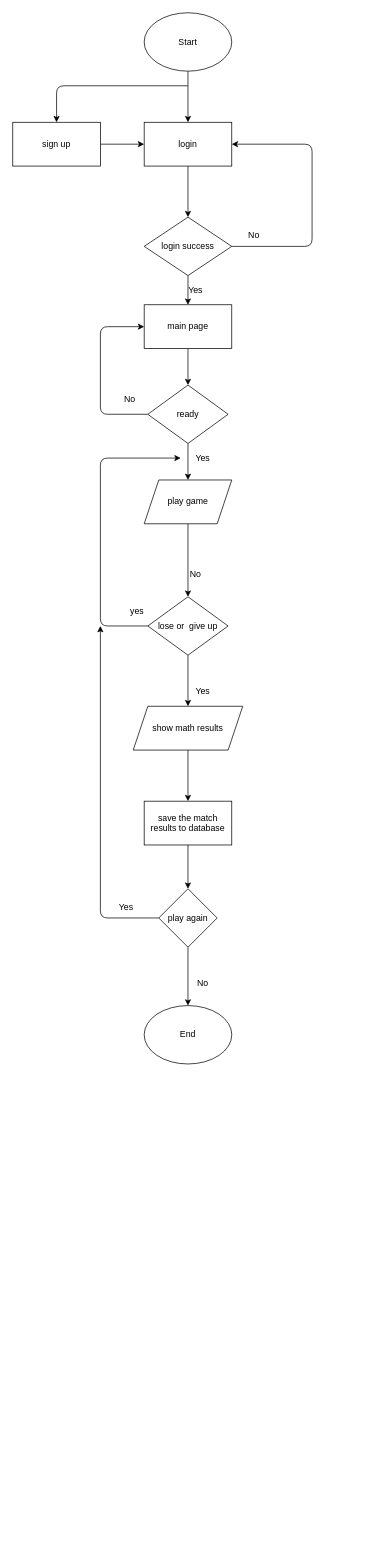
Earlier version of the draw.io diagram Diagrams/Flowchart.drawio (paowick/ChessButEbay). Source tidied: cells renumbered, new cells numbered last; positions are measured from the earlier drawing's top-left corner, leaving out a move shared by most shapes. Both pictures are drawn from the tidied source at 73%, with x=0, y=0 at pixel (12, 12).
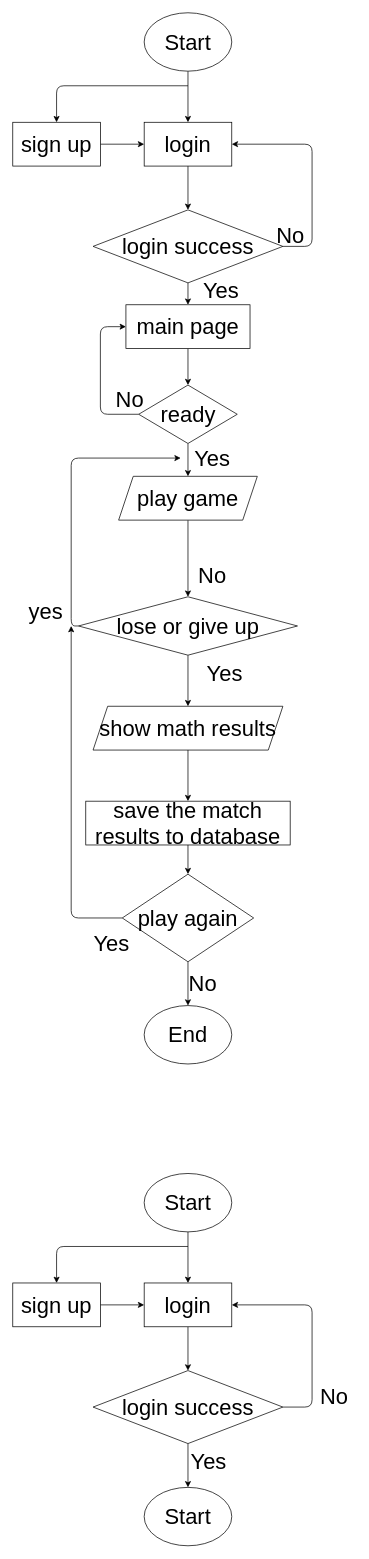
The same diagram, later.

What changed in the source:
```diff
@@
-    <mxCell id="2" style="edgeStyle=none;html=1;" parent="1" edge="1" source="4" target="6">
+    <mxCell id="2" style="edgeStyle=none;html=1;fontSize=30;" parent="1" edge="1" source="4" target="6">
       <mxGeometry relative="1" as="geometry" />
     </mxCell>
-    <mxCell id="3" style="edgeStyle=none;html=1;endArrow=classic;endFill=1;" parent="1" edge="1" target="32">
+    <mxCell id="3" style="edgeStyle=none;html=1;endArrow=classic;endFill=1;fontSize=30;" parent="1" edge="1" target="32">
       <mxGeometry relative="1" as="geometry">
         <mxPoint x="240" y="100" as="sourcePoint" />
         <Array as="points">
           <mxPoint x="60" y="100" />
         </Array>
       </mxGeometry>
     </mxCell>
-    <mxCell id="4" value="Start" style="ellipse;whiteSpace=wrap;html=1;" parent="1" vertex="1">
+    <mxCell id="4" value="Start" style="ellipse;whiteSpace=wrap;html=1;fontSize=30;" parent="1" vertex="1">
       <mxGeometry x="180" width="120" height="80" as="geometry" />
     </mxCell>
-    <mxCell id="5" style="edgeStyle=none;html=1;" parent="1" edge="1" source="6" target="9">
+    <mxCell id="5" style="edgeStyle=none;html=1;fontSize=30;" parent="1" edge="1" source="6" target="9">
       <mxGeometry relative="1" as="geometry" />
     </mxCell>
-    <mxCell id="6" value="login" style="rounded=0;whiteSpace=wrap;html=1;" parent="1" vertex="1">
+    <mxCell id="6" value="login" style="rounded=0;whiteSpace=wrap;html=1;fontSize=30;" parent="1" vertex="1">
       <mxGeometry x="180" y="150" width="120" height="60" as="geometry" />
     </mxCell>
-    <mxCell id="7" style="edgeStyle=none;html=1;" parent="1" edge="1" source="9" target="11">
+    <mxCell id="7" style="edgeStyle=none;html=1;fontSize=30;" parent="1" edge="1" source="9" target="11">
       <mxGeometry relative="1" as="geometry" />
     </mxCell>
-    <mxCell id="8" style="edgeStyle=none;html=1;exitX=1;exitY=0.5;exitDx=0;exitDy=0;entryX=1;entryY=0.5;entryDx=0;entryDy=0;" parent="1" edge="1" source="9" target="6">
+    <mxCell id="8" style="edgeStyle=none;html=1;exitX=1;exitY=0.5;exitDx=0;exitDy=0;entryX=1;entryY=0.5;entryDx=0;entryDy=0;fontSize=30;" parent="1" edge="1" source="9" target="6">
       <mxGeometry relative="1" as="geometry">
         <Array as="points">
           <mxPoint x="410" y="320" />
           <mxPoint x="410" y="180" />
         </Array>
       </mxGeometry>
     </mxCell>
-    <mxCell id="9" value="login success" style="rhombus;whiteSpace=wrap;html=1;" parent="1" vertex="1">
-      <mxGeometry x="180" y="280" width="120" height="80" as="geometry" />
+    <mxCell id="9" value="login success" style="rhombus;whiteSpace=wrap;html=1;fontSize=30;" parent="1" vertex="1">
+      <mxGeometry x="110" y="270" width="260" height="100" as="geometry" />
     </mxCell>
-    <mxCell id="10" style="edgeStyle=none;html=1;" parent="1" edge="1" source="11" target="35">
+    <mxCell id="10" style="edgeStyle=none;html=1;fontSize=30;" parent="1" edge="1" source="11" target="35">
       <mxGeometry relative="1" as="geometry" />
     </mxCell>
-    <mxCell id="11" value="main page" style="rounded=0;whiteSpace=wrap;html=1;" parent="1" vertex="1">
-      <mxGeometry x="180" y="400" width="120" height="60" as="geometry" />
+    <mxCell id="11" value="main page" style="rounded=0;whiteSpace=wrap;html=1;fontSize=30;" parent="1" vertex="1">
+      <mxGeometry x="155" y="400" width="170" height="60" as="geometry" />
     </mxCell>
-    <mxCell id="12" style="edgeStyle=none;html=1;" parent="1" edge="1" source="14" target="18">
+    <mxCell id="12" style="edgeStyle=none;html=1;fontSize=30;" parent="1" edge="1" source="14" target="18">
       <mxGeometry relative="1" as="geometry" />
     </mxCell>
-    <mxCell id="13" style="edgeStyle=none;html=1;" parent="1" edge="1" source="14">
+    <mxCell id="13" style="edgeStyle=none;html=1;fontSize=30;" parent="1" edge="1" source="14">
       <mxGeometry relative="1" as="geometry">
         <mxPoint x="230" y="610" as="targetPoint" />
         <Array as="points">
-          <mxPoint x="120" y="840" />
-          <mxPoint x="120" y="610" />
+          <mxPoint x="80" y="840" />
+          <mxPoint x="80" y="610" />
         </Array>
       </mxGeometry>
     </mxCell>
-    <mxCell id="14" value="lose or&amp;nbsp; give up" style="rhombus;whiteSpace=wrap;html=1;" parent="1" vertex="1">
-      <mxGeometry x="185" y="800" width="110" height="80" as="geometry" />
+    <mxCell id="14" value="lose or give up" style="rhombus;whiteSpace=wrap;html=1;fontSize=30;" parent="1" vertex="1">
+      <mxGeometry x="90" y="800" width="300" height="80" as="geometry" />
     </mxCell>
-    <mxCell id="15" style="edgeStyle=none;html=1;entryX=0.5;entryY=0;entryDx=0;entryDy=0;" parent="1" edge="1" source="16" target="14">
+    <mxCell id="15" style="edgeStyle=none;html=1;entryX=0.5;entryY=0;entryDx=0;entryDy=0;fontSize=30;" parent="1" edge="1" source="16" target="14">
       <mxGeometry relative="1" as="geometry" />
     </mxCell>
-    <mxCell id="16" value="play game" style="shape=parallelogram;perimeter=parallelogramPerimeter;whiteSpace=wrap;html=1;fixedSize=1;" parent="1" vertex="1">
-      <mxGeometry x="180" y="640" width="120" height="60" as="geometry" />
+    <mxCell id="16" value="play game" style="shape=parallelogram;perimeter=parallelogramPerimeter;whiteSpace=wrap;html=1;fixedSize=1;fontSize=30;" parent="1" vertex="1">
+      <mxGeometry x="145" y="635" width="190" height="60" as="geometry" />
     </mxCell>
-    <mxCell id="17" style="edgeStyle=none;html=1;" parent="1" edge="1" source="18" target="20">
+    <mxCell id="17" style="edgeStyle=none;html=1;fontSize=30;" parent="1" edge="1" source="18" target="20">
       <mxGeometry relative="1" as="geometry" />
     </mxCell>
-    <mxCell id="18" value="show math results" style="shape=parallelogram;perimeter=parallelogramPerimeter;whiteSpace=wrap;html=1;fixedSize=1;" parent="1" vertex="1">
-      <mxGeometry x="165" y="950" width="150" height="60" as="geometry" />
+    <mxCell id="18" value="show math results" style="shape=parallelogram;perimeter=parallelogramPerimeter;whiteSpace=wrap;html=1;fixedSize=1;fontSize=30;" parent="1" vertex="1">
+      <mxGeometry x="110" y="950" width="260" height="60" as="geometry" />
     </mxCell>
-    <mxCell id="19" style="edgeStyle=none;html=1;" parent="1" edge="1" source="20" target="23">
+    <mxCell id="19" style="edgeStyle=none;html=1;fontSize=30;" parent="1" edge="1" source="20" target="23">
       <mxGeometry relative="1" as="geometry" />
     </mxCell>
-    <mxCell id="20" value="save the match results to database" style="rounded=0;whiteSpace=wrap;html=1;" parent="1" vertex="1">
-      <mxGeometry x="180" y="1080" width="120" height="60" as="geometry" />
+    <mxCell id="20" value="save the match results to database" style="rounded=0;whiteSpace=wrap;html=1;fontSize=30;" parent="1" vertex="1">
+      <mxGeometry x="100" y="1080" width="280" height="60" as="geometry" />
     </mxCell>
-    <mxCell id="21" style="edgeStyle=none;html=1;" parent="1" edge="1" source="23" target="24">
+    <mxCell id="21" style="edgeStyle=none;html=1;fontSize=30;" parent="1" edge="1" source="23" target="24">
       <mxGeometry relative="1" as="geometry" />
     </mxCell>
-    <mxCell id="22" style="edgeStyle=none;html=1;" parent="1" edge="1" source="23">
+    <mxCell id="22" style="edgeStyle=none;html=1;fontSize=30;" parent="1" edge="1" source="23">
       <mxGeometry relative="1" as="geometry">
-        <mxPoint x="120" y="840" as="targetPoint" />
+        <mxPoint x="80" y="840" as="targetPoint" />
         <Array as="points">
-          <mxPoint x="120" y="1240" />
+          <mxPoint x="80" y="1240" />
         </Array>
       </mxGeometry>
     </mxCell>
-    <mxCell id="23" value="play again" style="rhombus;whiteSpace=wrap;html=1;" parent="1" vertex="1">
-      <mxGeometry x="200" y="1200" width="80" height="80" as="geometry" />
+    <mxCell id="23" value="play again" style="rhombus;whiteSpace=wrap;html=1;fontSize=30;" parent="1" vertex="1">
+      <mxGeometry x="150" y="1180" width="180" height="120" as="geometry" />
     </mxCell>
-    <mxCell id="24" value="End" style="ellipse;whiteSpace=wrap;html=1;" parent="1" vertex="1">
+    <mxCell id="24" value="End" style="ellipse;whiteSpace=wrap;html=1;fontSize=30;" parent="1" vertex="1">
       <mxGeometry x="180" y="1360" width="120" height="80" as="geometry" />
     </mxCell>
-    <mxCell id="25" value="Yes" style="text;html=1;align=center;verticalAlign=middle;strokeColor=none;fillColor=none;" parent="1" vertex="1">
-      <mxGeometry x="230" y="365" width="40" height="30" as="geometry" />
+    <mxCell id="25" value="Yes" style="text;html=1;align=center;verticalAlign=middle;strokeColor=none;fillColor=none;fontSize=30;" parent="1" vertex="1">
+      <mxGeometry x="250" y="355" width="70" height="50" as="geometry" />
     </mxCell>
-    <mxCell id="26" value="No" style="text;html=1;align=center;verticalAlign=middle;strokeColor=none;fillColor=none;" parent="1" vertex="1">
-      <mxGeometry x="230" y="755" width="40" height="30" as="geometry" />
+    <mxCell id="26" value="No" style="text;html=1;align=center;verticalAlign=middle;strokeColor=none;fillColor=none;fontSize=30;" parent="1" vertex="1">
+      <mxGeometry x="242.5" y="745" width="60" height="50" as="geometry" />
     </mxCell>
-    <mxCell id="27" value="Yes" style="text;html=1;align=center;verticalAlign=middle;strokeColor=none;fillColor=none;" parent="1" vertex="1">
-      <mxGeometry x="240" y="915" width="40" height="30" as="geometry" />
+    <mxCell id="27" value="Yes" style="text;html=1;align=center;verticalAlign=middle;strokeColor=none;fillColor=none;fontSize=30;" parent="1" vertex="1">
+      <mxGeometry x="255" y="880" width="70" height="50" as="geometry" />
     </mxCell>
-    <mxCell id="28" value="No" style="text;html=1;align=center;verticalAlign=middle;strokeColor=none;fillColor=none;" parent="1" vertex="1">
-      <mxGeometry x="240" y="1315" width="40" height="30" as="geometry" />
+    <mxCell id="28" value="No" style="text;html=1;align=center;verticalAlign=middle;strokeColor=none;fillColor=none;fontSize=30;" parent="1" vertex="1">
+      <mxGeometry x="230" y="1305" width="60" height="50" as="geometry" />
     </mxCell>
-    <mxCell id="29" value="No" style="text;html=1;align=center;verticalAlign=middle;strokeColor=none;fillColor=none;" parent="1" vertex="1">
-      <mxGeometry x="310" y="290" width="40" height="30" as="geometry" />
+    <mxCell id="29" value="No" style="text;html=1;align=center;verticalAlign=middle;strokeColor=none;fillColor=none;fontSize=30;" parent="1" vertex="1">
+      <mxGeometry x="350" y="280" width="60" height="50" as="geometry" />
     </mxCell>
-    <mxCell id="30" value="Yes" style="text;html=1;align=center;verticalAlign=middle;strokeColor=none;fillColor=none;" parent="1" vertex="1">
-      <mxGeometry x="135" y="1210" width="40" height="30" as="geometry" />
+    <mxCell id="30" value="Yes" style="text;html=1;align=center;verticalAlign=middle;strokeColor=none;fillColor=none;fontSize=30;" parent="1" vertex="1">
+      <mxGeometry x="100" y="1250" width="70" height="50" as="geometry" />
     </mxCell>
-    <mxCell id="31" style="edgeStyle=none;html=1;endArrow=classic;endFill=1;" parent="1" edge="1" source="32" target="6">
+    <mxCell id="31" style="edgeStyle=none;html=1;endArrow=classic;endFill=1;fontSize=30;" parent="1" edge="1" source="32" target="6">
       <mxGeometry relative="1" as="geometry" />
     </mxCell>
-    <mxCell id="32" value="sign up" style="rounded=0;whiteSpace=wrap;html=1;" parent="1" vertex="1">
+    <mxCell id="32" value="sign up" style="rounded=0;whiteSpace=wrap;html=1;fontSize=30;" parent="1" vertex="1">
       <mxGeometry y="150" width="120" height="60" as="geometry" />
     </mxCell>
-    <mxCell id="33" style="edgeStyle=none;html=1;" parent="1" edge="1" source="35" target="16">
+    <mxCell id="33" style="edgeStyle=none;html=1;fontSize=30;" parent="1" edge="1" source="35" target="16">
       <mxGeometry relative="1" as="geometry" />
     </mxCell>
-    <mxCell id="34" style="edgeStyle=none;html=1;entryX=0;entryY=0.5;entryDx=0;entryDy=0;" parent="1" edge="1" source="35" target="11">
+    <mxCell id="34" style="edgeStyle=none;html=1;entryX=0;entryY=0.5;entryDx=0;entryDy=0;fontSize=30;" parent="1" edge="1" source="35" target="11">
       <mxGeometry relative="1" as="geometry">
         <Array as="points">
           <mxPoint x="120" y="550" />
           <mxPoint x="120" y="430" />
         </Array>
       </mxGeometry>
     </mxCell>
-    <mxCell id="35" value="ready" style="rhombus;whiteSpace=wrap;html=1;" parent="1" vertex="1">
-      <mxGeometry x="185" y="510" width="110" height="80" as="geometry" />
+    <mxCell id="35" value="ready" style="rhombus;whiteSpace=wrap;html=1;fontSize=30;" parent="1" vertex="1">
+      <mxGeometry x="172.5" y="510" width="135" height="80" as="geometry" />
     </mxCell>
-    <mxCell id="36" value="Yes" style="text;html=1;align=center;verticalAlign=middle;strokeColor=none;fillColor=none;" parent="1" vertex="1">
-      <mxGeometry x="240" y="595" width="40" height="30" as="geometry" />
+    <mxCell id="36" value="Yes" style="text;html=1;align=center;verticalAlign=middle;strokeColor=none;fillColor=none;fontSize=30;" parent="1" vertex="1">
+      <mxGeometry x="237.5" y="585" width="70" height="50" as="geometry" />
     </mxCell>
-    <mxCell id="37" value="No" style="text;html=1;align=center;verticalAlign=middle;strokeColor=none;fillColor=none;" parent="1" vertex="1">
-      <mxGeometry x="140" y="515" width="40" height="30" as="geometry" />
+    <mxCell id="37" value="No" style="text;html=1;align=center;verticalAlign=middle;strokeColor=none;fillColor=none;fontSize=30;" parent="1" vertex="1">
+      <mxGeometry x="130" y="505" width="60" height="50" as="geometry" />
     </mxCell>
-    <mxCell id="38" value="yes" style="text;html=1;align=center;verticalAlign=middle;strokeColor=none;fillColor=none;" parent="1" vertex="1">
-      <mxGeometry x="150" y="805" width="40" height="30" as="geometry" />
+    <mxCell id="38" value="yes" style="text;html=1;align=center;verticalAlign=middle;strokeColor=none;fillColor=none;fontSize=30;" parent="1" vertex="1">
+      <mxGeometry x="10" y="795" width="70" height="50" as="geometry" />
     </mxCell>
+    <mxCell id="39" style="edgeStyle=none;html=1;fontSize=30;" parent="1" edge="1" source="41" target="43">
+      <mxGeometry relative="1" as="geometry" />
+    </mxCell>
+    <mxCell id="40" style="edgeStyle=none;html=1;endArrow=classic;endFill=1;fontSize=30;" parent="1" edge="1" target="49">
+      <mxGeometry relative="1" as="geometry">
+        <mxPoint x="240" y="1690" as="sourcePoint" />
+        <Array as="points">
+          <mxPoint x="60" y="1690" />
+        </Array>
+      </mxGeometry>
+    </mxCell>
+    <mxCell id="41" value="Start" style="ellipse;whiteSpace=wrap;html=1;fontSize=30;" parent="1" vertex="1">
+      <mxGeometry x="180" y="1590" width="120" height="80" as="geometry" />
+    </mxCell>
+    <mxCell id="42" style="edgeStyle=none;html=1;fontSize=30;" parent="1" edge="1" source="43" target="46">
+      <mxGeometry relative="1" as="geometry" />
+    </mxCell>
+    <mxCell id="43" value="login" style="rounded=0;whiteSpace=wrap;html=1;fontSize=30;" parent="1" vertex="1">
+      <mxGeometry x="180" y="1740" width="120" height="60" as="geometry" />
+    </mxCell>
+    <mxCell id="44" style="edgeStyle=none;html=1;exitX=1;exitY=0.5;exitDx=0;exitDy=0;entryX=1;entryY=0.5;entryDx=0;entryDy=0;fontSize=30;" parent="1" edge="1" source="46" target="43">
+      <mxGeometry relative="1" as="geometry">
+        <Array as="points">
+          <mxPoint x="410" y="1910" />
+          <mxPoint x="410" y="1770" />
+        </Array>
+      </mxGeometry>
+    </mxCell>
+    <mxCell id="45" style="edgeStyle=none;html=1;fontSize=30;" parent="1" edge="1" source="46" target="50">
+      <mxGeometry relative="1" as="geometry" />
+    </mxCell>
+    <mxCell id="46" value="login success" style="rhombus;whiteSpace=wrap;html=1;fontSize=30;" parent="1" vertex="1">
+      <mxGeometry x="110" y="1860" width="260" height="100" as="geometry" />
+    </mxCell>
+    <mxCell id="47" value="No" style="text;html=1;align=center;verticalAlign=middle;strokeColor=none;fillColor=none;fontSize=30;" parent="1" vertex="1">
+      <mxGeometry x="410" y="1870" width="60" height="50" as="geometry" />
+    </mxCell>
+    <mxCell id="48" style="edgeStyle=none;html=1;endArrow=classic;endFill=1;fontSize=30;" parent="1" edge="1" source="49" target="43">
+      <mxGeometry relative="1" as="geometry" />
+    </mxCell>
+    <mxCell id="49" value="sign up" style="rounded=0;whiteSpace=wrap;html=1;fontSize=30;" parent="1" vertex="1">
+      <mxGeometry y="1740" width="120" height="60" as="geometry" />
+    </mxCell>
+    <mxCell id="50" value="Start" style="ellipse;whiteSpace=wrap;html=1;fontSize=30;" parent="1" vertex="1">
+      <mxGeometry x="180" y="2020" width="120" height="80" as="geometry" />
+    </mxCell>
+    <mxCell id="51" value="Yes" style="text;html=1;align=center;verticalAlign=middle;strokeColor=none;fillColor=none;fontSize=30;" parent="1" vertex="1">
+      <mxGeometry x="232.5" y="1960" width="70" height="50" as="geometry" />
+    </mxCell>
```
